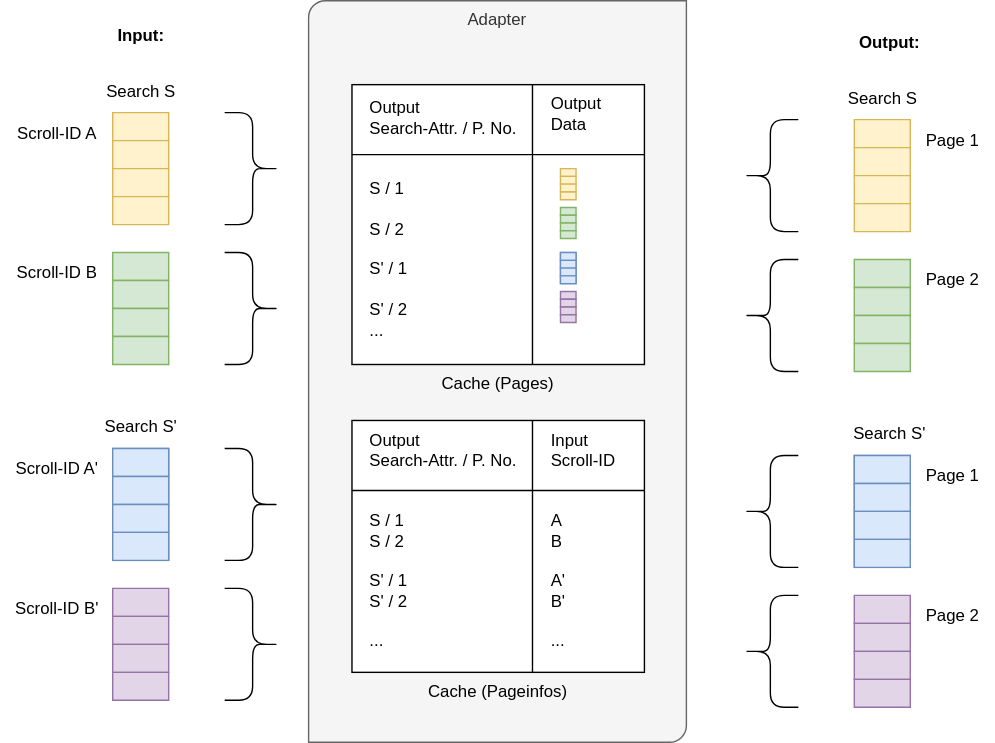
The draw.io diagram images/ScrollIdToPagingWithCache.svg in cwahlmann/searchadapter, before a commit. Source tidied: cells renumbered, new cells last; positions are measured from the earlier drawing's top-left corner, leaving out a move shared by most shapes.
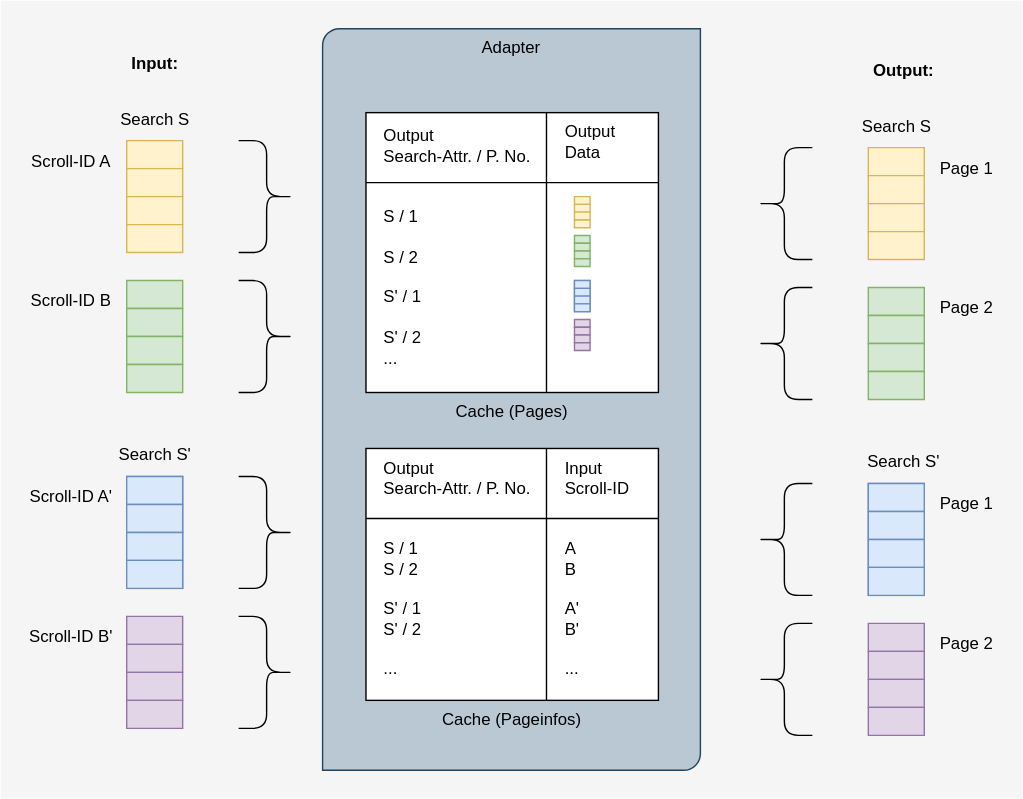
The same file after the commit.

Diff of the diagram source:
```diff
@@ -2,13 +2,16 @@
   <root>
     <mxCell id="0" />
     <mxCell id="1" parent="0" />
+    <mxCell id="91" style="rounded=0;whiteSpace=wrap;html=1;fillColor=#f5f5f5;strokeColor=none;fontColor=#333333;" parent="1" vertex="1">
+      <mxGeometry x="-10" y="-20" width="730" height="570" as="geometry" />
+    </mxCell>
     <mxCell id="2" value="Scroll-ID A" style="text;html=1;align=center;verticalAlign=middle;strokeColor=none;fillColor=none;" parent="1" vertex="1">
       <mxGeometry y="80" width="80" height="30" as="geometry" />
     </mxCell>
     <mxCell id="3" value="Page 1" style="text;html=1;align=center;verticalAlign=middle;strokeColor=none;fillColor=none;" parent="1" vertex="1">
       <mxGeometry x="650" y="85" width="60" height="30" as="geometry" />
     </mxCell>
-    <mxCell id="4" value="Adapter" style="verticalLabelPosition=middle;verticalAlign=top;html=1;shape=mxgraph.basic.diag_round_rect;dx=6;whiteSpace=wrap;labelPosition=center;align=center;fillColor=#f5f5f5;fontColor=#333333;strokeColor=#666666;" parent="1" vertex="1">
+    <mxCell id="4" value="Adapter" style="verticalLabelPosition=middle;verticalAlign=top;html=1;shape=mxgraph.basic.diag_round_rect;dx=6;whiteSpace=wrap;labelPosition=center;align=center;fillColor=#bac8d3;strokeColor=#23445d;" parent="1" vertex="1">
       <mxGeometry x="220" width="270" height="530" as="geometry" />
     </mxCell>
     <mxCell id="5" style="shape=curlyBracket;whiteSpace=wrap;html=1;rounded=1;flipH=1;labelPosition=right;verticalLabelPosition=middle;align=left;verticalAlign=middle;" parent="1" vertex="1">
```
